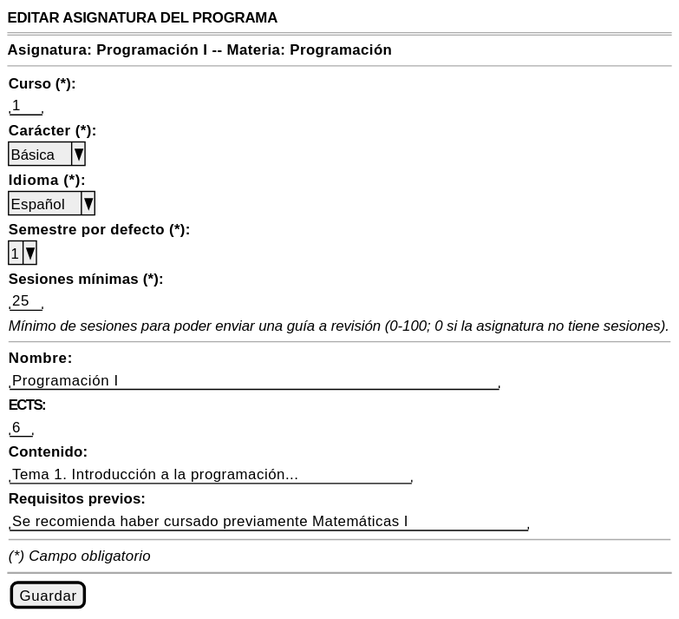
This is images/RUP/01-requisitos/03-detalle-casos-uso/editarAsignaturaPrograma/wireframe-completo.svg from mmasias/pyCeldaPublico, a PlantUML export, as it was before one commit. Source of this version:
```plantuml
@startsalt editarAsignaturaPrograma-wireframe-completo
{
    <b>EDITAR ASIGNATURA DEL PROGRAMA</b>
    ====
    <b>Asignatura: Programación I -- Materia: Programación</b>
    --
    {
        <b>Curso (*):</b>
        "1  "
        <b>Carácter (*):</b>
        ^Básica^
        <b>Idioma (*):</b>
        ^Español^
        <b>Semestre por defecto (*):</b>
        ^1^
        <b>Sesiones mínimas (*):</b>
        "25 "
        <i>Mínimo de sesiones para poder enviar una guía a revisión (0-100; 0 si la asignatura no tiene sesiones).</i>
        --
        <b>Nombre:</b>
        "Programación I                                    "
        <b>ECTS:</b>
        "6 "
        <b>Contenido:</b>
        "Tema 1. Introducción a la programación..."
        <b>Requisitos previos:</b>
        "Se recomienda haber cursado previamente Matemáticas I"
        --
        <i>(*) Campo obligatorio</i>
    }
    ~~
    {[Guardar]}
}
@endsalt
```
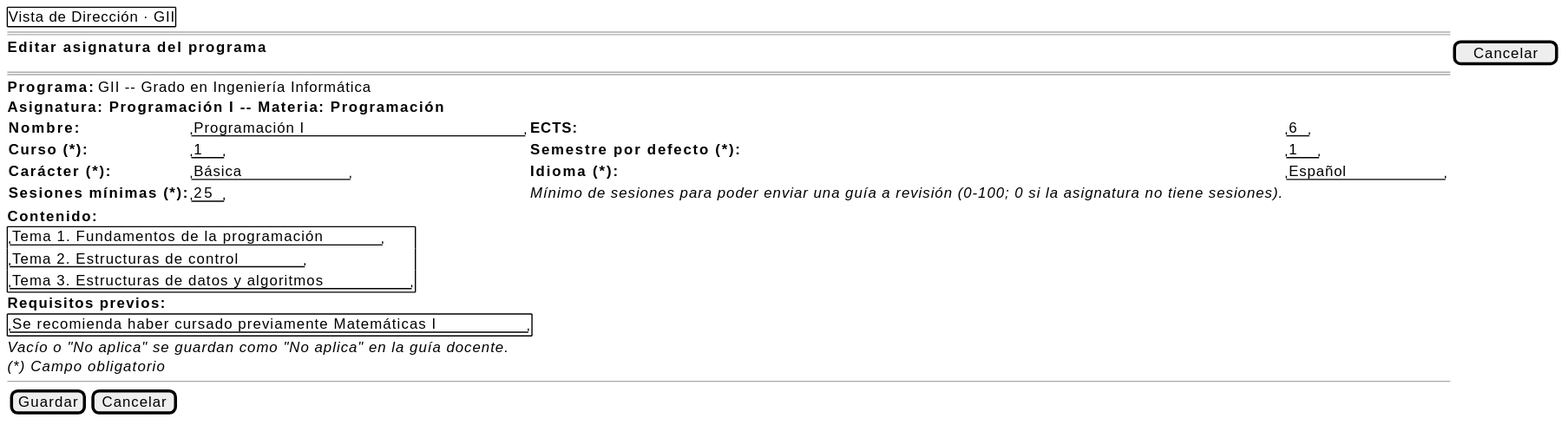
After the commit.

What changed in the source:
```diff
@@ -1,34 +1,30 @@
 @startsalt editarAsignaturaPrograma-wireframe-completo
 {
-    <b>EDITAR ASIGNATURA DEL PROGRAMA</b>
+    {+ Vista de Dirección · GII }
     ====
+    <b>Editar asignatura del programa</b> | [ Cancelar ]
+    ====
+    <b>Programa:</b> GII -- Grado en Ingeniería Informática
     <b>Asignatura: Programación I -- Materia: Programación</b>
+    {
+        <b>Nombre:</b> | "Programación I                    " | <b>ECTS:</b> | "6 "
+        <b>Curso (*):</b> | "1  " | <b>Semestre por defecto (*):</b> | "1  "
+        <b>Carácter (*):</b> | "Básica          " | <b>Idioma (*):</b> | "Español         "
+        <b>Sesiones mínimas (*):</b> | "25 " | <i>Mínimo de sesiones para poder enviar una guía a revisión (0-100; 0 si la asignatura no tiene sesiones).</i> | .
+    }
+    <b>Contenido:</b>
+    {+
+        "Tema 1. Fundamentos de la programación"
+        "Tema 2. Estructuras de control"
+        "Tema 3. Estructuras de datos y algoritmos"
+    }
+    <b>Requisitos previos:</b>
+    {+
+        "Se recomienda haber cursado previamente Matemáticas I"
+    }
+    <i>Vacío o "No aplica" se guardan como "No aplica" en la guía docente.</i>
+    <i>(*) Campo obligatorio</i>
     --
-    {
-        <b>Curso (*):</b>
-        "1  "
-        <b>Carácter (*):</b>
-        ^Básica^
-        <b>Idioma (*):</b>
-        ^Español^
-        <b>Semestre por defecto (*):</b>
-        ^1^
-        <b>Sesiones mínimas (*):</b>
-        "25 "
-        <i>Mínimo de sesiones para poder enviar una guía a revisión (0-100; 0 si la asignatura no tiene sesiones).</i>
-        --
-        <b>Nombre:</b>
-        "Programación I                                    "
-        <b>ECTS:</b>
-        "6 "
-        <b>Contenido:</b>
-        "Tema 1. Introducción a la programación..."
-        <b>Requisitos previos:</b>
-        "Se recomienda haber cursado previamente Matemáticas I"
-        --
-        <i>(*) Campo obligatorio</i>
-    }
-    ~~
-    {[Guardar]}
+    {[Guardar] | [Cancelar]}
 }
 @endsalt
```
